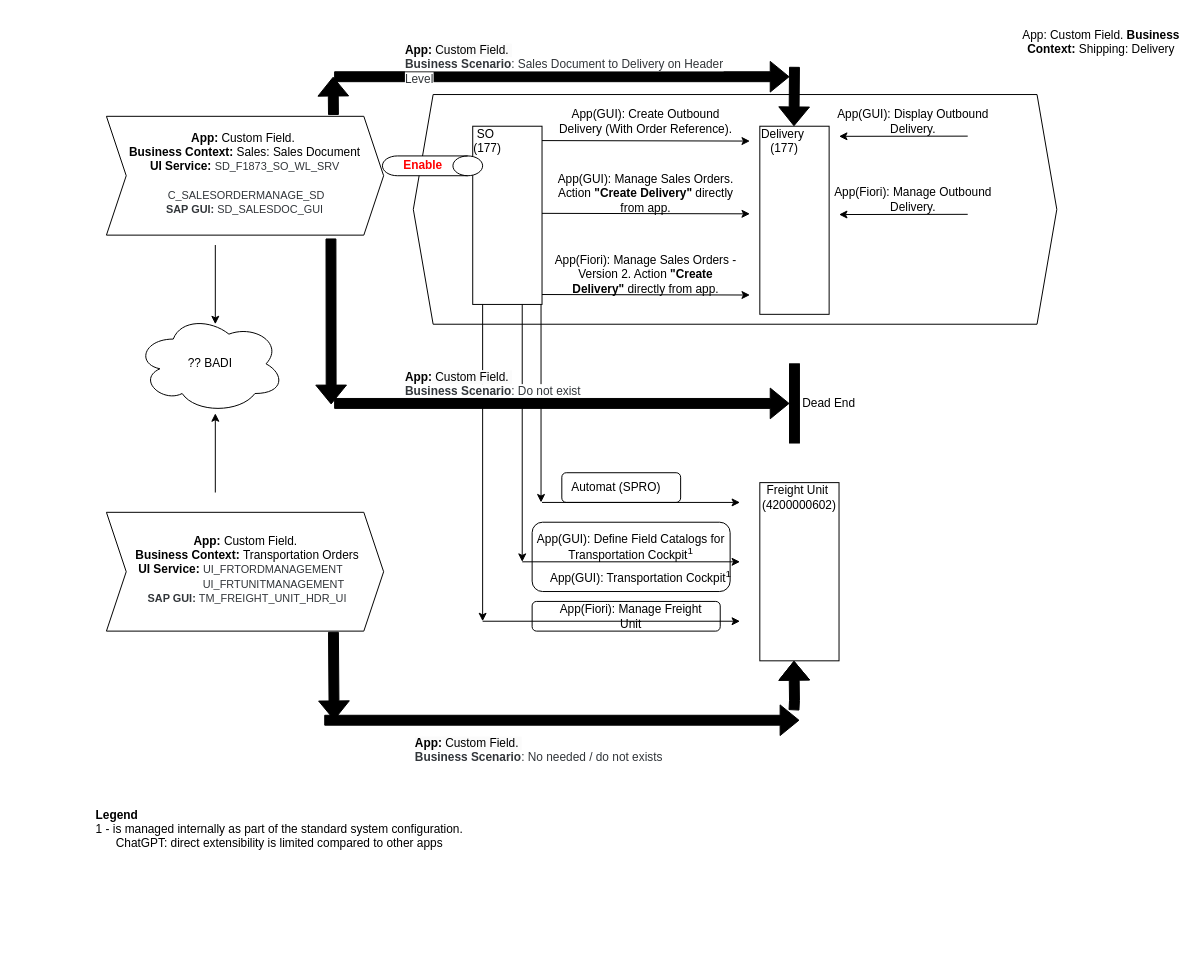
Above: Logistic&Transportation.drawio in BoroONE/DrawIO (draw.io), before the change. Source tidied: cells renumbered, new cells numbered last; positions are measured from the earlier drawing's top-left corner, leaving out a move shared by most shapes. Both pictures are drawn from the tidied source at 99%, with x=0, y=0 at pixel (76, 17).
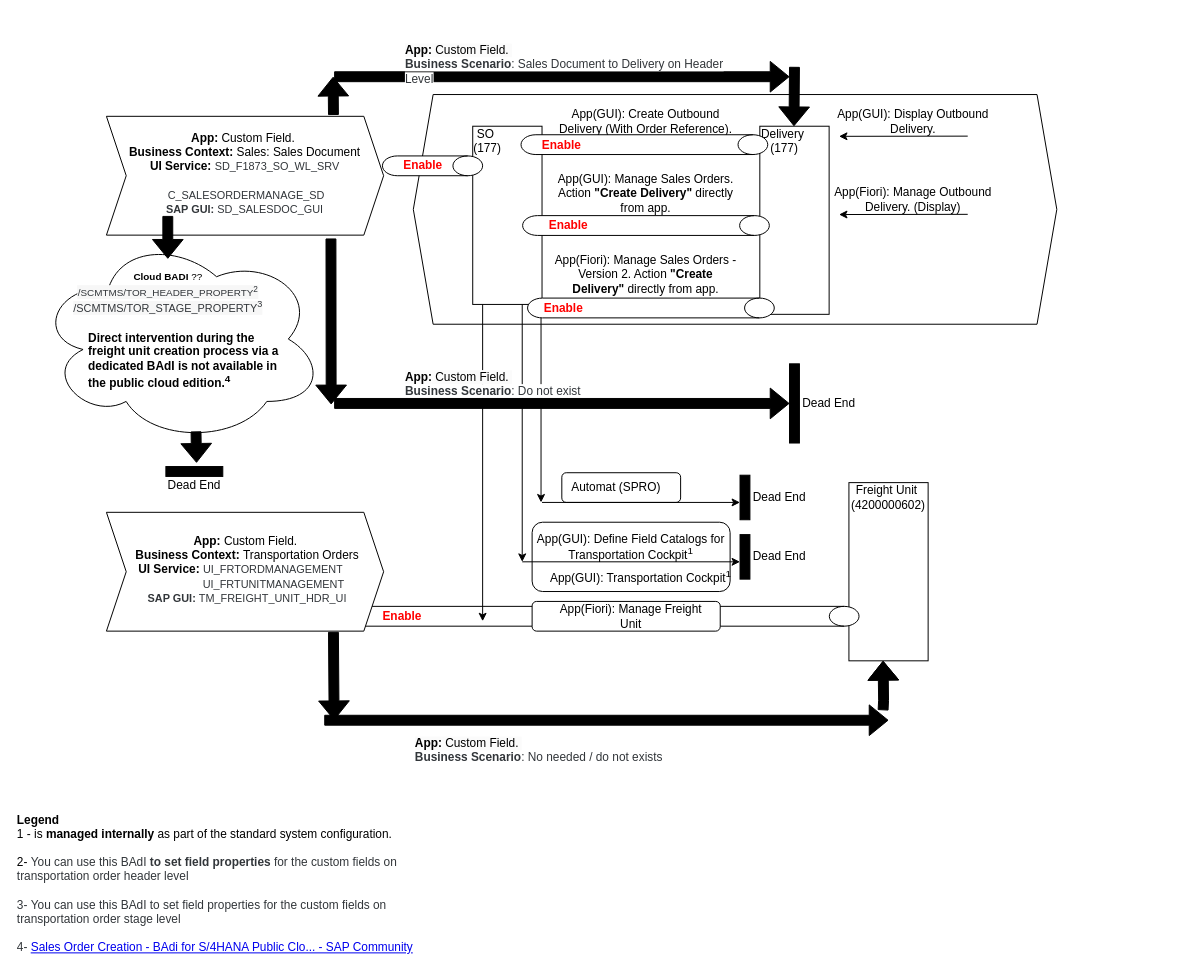
Above is the later version.

Unchanged cells that the change refers to:
```xml
<mxCell id="11" value="Delivery&amp;nbsp;&lt;div&gt;(177)&lt;/div&gt;" style="text;html=1;align=center;verticalAlign=middle;whiteSpace=wrap;rounded=0;" parent="1" vertex="1">
  <mxGeometry x="680" y="110" width="70" height="30" as="geometry" />
</mxCell>
```

Diff of the diagram source:
```diff
@@
+    <mxCell id="29" style="rounded=0;whiteSpace=wrap;html=1;" parent="1" vertex="1">
+      <mxGeometry x="780" y="470" width="80" height="180" as="geometry" />
+    </mxCell>
+    <mxCell id="58" style="shape=cylinder3;whiteSpace=wrap;html=1;boundedLbl=1;backgroundOutline=1;size=15;rotation=90;" parent="1" vertex="1">
+      <mxGeometry x="517.8" y="342.6" width="20" height="524.8" as="geometry" />
+    </mxCell>
@@
-    <mxCell id="9" style="endArrow=classic;html=1;rounded=0;entryX=0;entryY=0.5;entryDx=0;entryDy=0;" parent="1" edge="1" target="11">
-      <mxGeometry relative="1" as="geometry">
-        <mxPoint x="470" y="124.5" as="sourcePoint" />
-      </mxGeometry>
-    </mxCell>
@@
-    <mxCell id="14" style="endArrow=classic;html=1;rounded=0;entryX=0;entryY=0.5;entryDx=0;entryDy=0;" parent="1" edge="1">
-      <mxGeometry relative="1" as="geometry">
-        <mxPoint x="470" y="280" as="sourcePoint" />
-        <mxPoint x="680" y="280.5" as="targetPoint" />
-      </mxGeometry>
-    </mxCell>
@@
-    <mxCell id="18" value="App(Fiori): Manage Outbound Delivery." style="text;html=1;align=center;verticalAlign=middle;whiteSpace=wrap;rounded=0;" parent="1" vertex="1">
+    <mxCell id="18" value="App(Fiori): Manage Outbound Delivery. (Display)" style="text;html=1;align=center;verticalAlign=middle;whiteSpace=wrap;rounded=0;" parent="1" vertex="1">
       <mxGeometry x="750" y="169" width="190" height="30" as="geometry" />
     </mxCell>
@@
-    <mxCell id="20" style="endArrow=classic;html=1;rounded=0;entryX=0;entryY=0.5;entryDx=0;entryDy=0;" parent="1" edge="1">
-      <mxGeometry relative="1" as="geometry">
-        <mxPoint x="470" y="198" as="sourcePoint" />
-        <mxPoint x="680" y="198.5" as="targetPoint" />
-      </mxGeometry>
-    </mxCell>
@@
-    <mxCell id="24" value="App: Custom Field. &lt;b&gt;Business Context:&lt;/b&gt;&amp;nbsp;Shipping: Delivery" style="text;html=1;align=center;verticalAlign=middle;whiteSpace=wrap;rounded=0;" parent="1" vertex="1">
-      <mxGeometry x="950" width="170" height="50" as="geometry" />
-    </mxCell>
@@
-    <mxCell id="29" style="rounded=0;whiteSpace=wrap;html=1;" parent="1" vertex="1">
-      <mxGeometry x="690" y="470" width="80" height="180" as="geometry" />
-    </mxCell>
     <mxCell id="30" value="Freight Unit&amp;nbsp;&lt;div&gt;(4200000602)&lt;/div&gt;" style="text;html=1;align=center;verticalAlign=middle;whiteSpace=wrap;rounded=0;" parent="1" vertex="1">
-      <mxGeometry x="690" y="470" width="80" height="30" as="geometry" />
+      <mxGeometry x="780" y="470" width="80" height="30" as="geometry" />
     </mxCell>
@@
-    <mxCell id="37" value="&lt;div style=&quot;text-align: left;&quot;&gt;&lt;b style=&quot;background-color: initial;&quot;&gt;Legend&lt;/b&gt;&lt;/div&gt;&lt;div&gt;1 -&amp;nbsp;is managed internally as part of the standard system configuration.&lt;/div&gt;&lt;div&gt;ChatGPT:&amp;nbsp;direct extensibility is limited compared to other apps&lt;/div&gt;" style="text;html=1;align=center;verticalAlign=middle;whiteSpace=wrap;rounded=0;" parent="1" vertex="1">
-      <mxGeometry y="780" width="410" height="80" as="geometry" />
+    <mxCell id="37" value="&lt;div style=&quot;text-align: left;&quot;&gt;&lt;b style=&quot;background-color: initial;&quot;&gt;Legend&lt;/b&gt;&lt;/div&gt;&lt;div style=&quot;text-align: left;&quot;&gt;1 -&amp;nbsp;is &lt;b&gt;managed internally&lt;/b&gt; as part of the standard system configuration.&lt;/div&gt;&lt;div style=&quot;text-align: left;&quot;&gt;&lt;br&gt;&lt;/div&gt;&lt;div style=&quot;text-align: left;&quot;&gt;&lt;font style=&quot;font-size: 12px;&quot;&gt;2-&amp;nbsp;&lt;span style=&quot;background-color: rgb(255, 255, 255); color: rgb(50, 54, 58); font-family: &amp;quot;72&amp;quot;, &amp;quot;72full&amp;quot;, Arial, Helvetica, sans-serif;&quot;&gt;You can use this BAdI &lt;b&gt;to set field properties&lt;/b&gt; for the custom fields on transportation order header level&lt;/span&gt;&lt;/font&gt;&lt;/div&gt;&lt;div style=&quot;text-align: left;&quot;&gt;&lt;font style=&quot;font-size: 12px;&quot;&gt;&lt;span style=&quot;background-color: rgb(255, 255, 255); color: rgb(50, 54, 58); font-family: &amp;quot;72&amp;quot;, &amp;quot;72full&amp;quot;, Arial, Helvetica, sans-serif;&quot;&gt;&lt;br&gt;&lt;/span&gt;&lt;/font&gt;&lt;/div&gt;&lt;div style=&quot;text-align: left;&quot;&gt;&lt;font style=&quot;font-size: 12px;&quot;&gt;&lt;span style=&quot;background-color: rgb(255, 255, 255); color: rgb(50, 54, 58); font-family: &amp;quot;72&amp;quot;, &amp;quot;72full&amp;quot;, Arial, Helvetica, sans-serif;&quot;&gt;3-&amp;nbsp;&lt;/span&gt;&lt;/font&gt;&lt;span style=&quot;background-color: rgb(255, 255, 255); color: rgb(50, 54, 58); font-family: &amp;quot;72&amp;quot;, &amp;quot;72full&amp;quot;, Arial, Helvetica, sans-serif;&quot;&gt;&lt;font style=&quot;font-size: 12px;&quot;&gt;You can use this BAdI to set field properties for the custom fields on transportation order stage level&lt;/font&gt;&lt;/span&gt;&lt;/div&gt;&lt;div style=&quot;text-align: left;&quot;&gt;&lt;span style=&quot;background-color: rgb(255, 255, 255); color: rgb(50, 54, 58); font-family: &amp;quot;72&amp;quot;, &amp;quot;72full&amp;quot;, Arial, Helvetica, sans-serif;&quot;&gt;&lt;font style=&quot;font-size: 12px;&quot;&gt;&lt;br&gt;&lt;/font&gt;&lt;/span&gt;&lt;/div&gt;&lt;div style=&quot;text-align: left;&quot;&gt;&lt;span style=&quot;background-color: rgb(255, 255, 255); color: rgb(50, 54, 58); font-family: &amp;quot;72&amp;quot;, &amp;quot;72full&amp;quot;, Arial, Helvetica, sans-serif;&quot;&gt;&lt;font style=&quot;font-size: 12px;&quot;&gt;4-&amp;nbsp;&lt;/font&gt;&lt;/span&gt;&lt;a style=&quot;background-color: initial; text-align: center;&quot; href=&quot;https://community.sap.com/t5/application-development-discussions/sales-order-creation-badi-for-s-4hana-public-cloud/m-p/13599207&quot;&gt;Sales Order Creation - BAdi for S/4HANA Public Clo... - SAP Community&lt;/a&gt;&lt;/div&gt;" style="text;html=1;align=center;verticalAlign=middle;whiteSpace=wrap;rounded=0;" parent="1" vertex="1">
+      <mxGeometry x="-60.6" y="800" width="410" height="150" as="geometry" />
     </mxCell>
@@
-    <mxCell id="40" style="endArrow=classic;html=1;rounded=0;" parent="1" edge="1">
-      <mxGeometry relative="1" as="geometry">
-        <mxPoint x="410" y="610" as="sourcePoint" />
-        <mxPoint x="670" y="610" as="targetPoint" />
-      </mxGeometry>
-    </mxCell>
@@
     <mxCell id="43" style="shape=flexArrow;endArrow=classic;html=1;rounded=0;fillColor=#000000;" parent="1" edge="1">
       <mxGeometry relative="1" as="geometry">
         <mxPoint x="250" y="710" as="sourcePoint" />
-        <mxPoint x="730" y="710" as="targetPoint" />
+        <mxPoint x="820" y="710" as="targetPoint" />
       </mxGeometry>
     </mxCell>
     <mxCell id="44" style="shape=flexArrow;endArrow=classic;html=1;rounded=0;fillColor=#000000;" parent="1" edge="1">
       <mxGeometry relative="1" as="geometry">
-        <mxPoint x="724.5" y="700" as="sourcePoint" />
-        <mxPoint x="724.5" y="650" as="targetPoint" />
+        <mxPoint x="814.5" y="700" as="sourcePoint" />
+        <mxPoint x="814.5" y="650" as="targetPoint" />
         <Array as="points">
-          <mxPoint x="725" y="690" />
+          <mxPoint x="815" y="690" />
         </Array>
       </mxGeometry>
     </mxCell>
@@
     <mxCell id="54" style="ellipse;shape=cloud;whiteSpace=wrap;html=1;" parent="1" vertex="1">
-      <mxGeometry x="60" y="300" width="150" height="100" as="geometry" />
+      <mxGeometry x="-40" y="220" width="290" height="210" as="geometry" />
     </mxCell>
-    <mxCell id="55" style="endArrow=classic;html=1;rounded=0;" parent="1" edge="1">
-      <mxGeometry relative="1" as="geometry">
-        <mxPoint x="140" y="230" as="sourcePoint" />
-        <mxPoint x="140" y="310" as="targetPoint" />
-      </mxGeometry>
-    </mxCell>
-    <mxCell id="56" style="endArrow=classic;html=1;rounded=0;" parent="1" edge="1">
-      <mxGeometry relative="1" as="geometry">
-        <mxPoint x="140" y="480" as="sourcePoint" />
-        <mxPoint x="140" y="400" as="targetPoint" />
-      </mxGeometry>
-    </mxCell>
-    <mxCell id="57" value="?? BADI" style="text;html=1;align=center;verticalAlign=middle;whiteSpace=wrap;rounded=0;" parent="1" vertex="1">
-      <mxGeometry x="105" y="335" width="60" height="30" as="geometry" />
+    <mxCell id="57" value="&lt;font style=&quot;font-size: 10px;&quot;&gt;&amp;nbsp;&lt;b style=&quot;&quot;&gt;Cloud BADI&lt;/b&gt; ??&lt;font style=&quot;&quot;&gt;&amp;nbsp;&lt;/font&gt;&lt;/font&gt;&lt;div&gt;&lt;span style=&quot;color: rgb(50, 54, 58); font-family: &amp;quot;72&amp;quot;, &amp;quot;72full&amp;quot;, Arial, Helvetica, sans-serif; text-align: left; white-space-collapse: preserve-breaks; background-color: rgb(247, 247, 247);&quot;&gt;&lt;font style=&quot;font-size: 10px;&quot;&gt;/SCMTMS/TOR_HEADER_PROPERTY&lt;sup style=&quot;&quot;&gt;2&lt;/sup&gt;&lt;/font&gt;&lt;/span&gt;&lt;/div&gt;&lt;div&gt;&lt;span style=&quot;color: rgb(50, 54, 58); font-family: &amp;quot;72&amp;quot;, &amp;quot;72full&amp;quot;, Arial, Helvetica, sans-serif; text-align: left; white-space-collapse: preserve-breaks; background-color: rgb(247, 247, 247);&quot;&gt;&lt;font style=&quot;font-size: 11px;&quot;&gt;/SCMTMS/TOR_STAGE_PROPERTY&lt;sup&gt;3&lt;/sup&gt;&lt;/font&gt;&lt;/span&gt;&lt;span style=&quot;color: rgb(50, 54, 58); font-family: &amp;quot;72&amp;quot;, &amp;quot;72full&amp;quot;, Arial, Helvetica, sans-serif; text-align: left; white-space-collapse: preserve-breaks; background-color: rgb(247, 247, 247);&quot;&gt;&lt;font style=&quot;font-size: 10px;&quot;&gt;&lt;sup style=&quot;&quot;&gt;&lt;/sup&gt;&lt;/font&gt;&lt;/span&gt;&lt;/div&gt;" style="text;html=1;align=center;verticalAlign=middle;whiteSpace=wrap;rounded=0;" parent="1" vertex="1">
+      <mxGeometry x="-20" y="240" width="225" height="75" as="geometry" />
     </mxCell>
+    <mxCell id="59" style="shape=flexArrow;endArrow=classic;html=1;rounded=0;fillColor=#000000;" parent="1" edge="1" source="60">
+      <mxGeometry relative="1" as="geometry">
+        <mxPoint x="670" y="475" as="targetPoint" />
+      </mxGeometry>
+    </mxCell>
+    <mxCell id="60" style="rounded=0;whiteSpace=wrap;html=1;fillColor=#000000;" parent="1" vertex="1">
+      <mxGeometry x="670" y="462.5" width="10" height="45" as="geometry" />
+    </mxCell>
+    <mxCell id="61" value="Dead End" style="text;html=1;align=center;verticalAlign=middle;whiteSpace=wrap;rounded=0;" parent="1" vertex="1">
+      <mxGeometry x="670" y="470" width="80" height="30" as="geometry" />
+    </mxCell>
+    <mxCell id="62" style="shape=flexArrow;endArrow=classic;html=1;rounded=0;fillColor=#000000;" parent="1" edge="1" source="63">
+      <mxGeometry relative="1" as="geometry">
+        <mxPoint x="670" y="535" as="targetPoint" />
+      </mxGeometry>
+    </mxCell>
+    <mxCell id="63" style="rounded=0;whiteSpace=wrap;html=1;fillColor=#000000;" parent="1" vertex="1">
+      <mxGeometry x="670" y="522.5" width="10" height="45" as="geometry" />
+    </mxCell>
+    <mxCell id="64" value="Dead End" style="text;html=1;align=center;verticalAlign=middle;whiteSpace=wrap;rounded=0;" parent="1" vertex="1">
+      <mxGeometry x="670" y="530" width="80" height="30" as="geometry" />
+    </mxCell>
+    <mxCell id="65" style="shape=cylinder3;whiteSpace=wrap;html=1;boundedLbl=1;backgroundOutline=1;size=15;rotation=90;" parent="1" vertex="1">
+      <mxGeometry x="563.4" y="4" width="20" height="249.2" as="geometry" />
+    </mxCell>
+    <mxCell id="66" value="&lt;font color=&quot;#ff0000&quot;&gt;&lt;b&gt;Enable&lt;/b&gt;&lt;/font&gt;" style="text;html=1;align=center;verticalAlign=middle;whiteSpace=wrap;rounded=0;" parent="1" vertex="1">
+      <mxGeometry x="450" y="118.6" width="80" height="20" as="geometry" />
+    </mxCell>
+    <mxCell id="67" style="shape=cylinder3;whiteSpace=wrap;html=1;boundedLbl=1;backgroundOutline=1;size=15;rotation=90;" parent="1" vertex="1">
+      <mxGeometry x="565" y="85.7" width="20" height="249.2" as="geometry" />
+    </mxCell>
+    <mxCell id="68" value="&lt;font color=&quot;#ff0000&quot;&gt;&lt;b&gt;Enable&lt;/b&gt;&lt;/font&gt;" style="text;html=1;align=center;verticalAlign=middle;whiteSpace=wrap;rounded=0;" parent="1" vertex="1">
+      <mxGeometry x="456.6" y="200.4" width="80" height="20" as="geometry" />
+    </mxCell>
+    <mxCell id="69" style="shape=cylinder3;whiteSpace=wrap;html=1;boundedLbl=1;backgroundOutline=1;size=15;rotation=90;" parent="1" vertex="1">
+      <mxGeometry x="570" y="169" width="20" height="249.2" as="geometry" />
+    </mxCell>
+    <mxCell id="70" value="&lt;font color=&quot;#ff0000&quot;&gt;&lt;b&gt;Enable&lt;/b&gt;&lt;/font&gt;" style="text;html=1;align=center;verticalAlign=middle;whiteSpace=wrap;rounded=0;" parent="1" vertex="1">
+      <mxGeometry x="451.6" y="283.6" width="80" height="20" as="geometry" />
+    </mxCell>
+    <mxCell id="71" value="&lt;font color=&quot;#ff0000&quot;&gt;&lt;b&gt;Enable&lt;/b&gt;&lt;/font&gt;" style="text;html=1;align=center;verticalAlign=middle;whiteSpace=wrap;rounded=0;" parent="1" vertex="1">
+      <mxGeometry x="289.4" y="595" width="80" height="20" as="geometry" />
+    </mxCell>
+    <mxCell id="72" value="&lt;b&gt;Direct intervention during the freight unit creation process via a dedicated BAdI is not available in the public cloud edition.&lt;sup&gt;4&lt;/sup&gt;&lt;/b&gt;" style="text;whiteSpace=wrap;html=1;" parent="1" vertex="1">
+      <mxGeometry x="10" y="310" width="205" height="70" as="geometry" />
+    </mxCell>
+    <mxCell id="73" value="Dead End" style="text;html=1;align=center;verticalAlign=middle;whiteSpace=wrap;rounded=0;" parent="1" vertex="1">
+      <mxGeometry x="78.8" y="457.5" width="80" height="30" as="geometry" />
+    </mxCell>
+    <mxCell id="74" style="shape=flexArrow;endArrow=classic;html=1;rounded=0;fillColor=#000000;" parent="1" edge="1">
+      <mxGeometry relative="1" as="geometry">
+        <mxPoint x="120.5" y="418.2" as="sourcePoint" />
+        <mxPoint x="121" y="450" as="targetPoint" />
+      </mxGeometry>
+    </mxCell>
+    <mxCell id="75" style="rounded=0;whiteSpace=wrap;html=1;fillColor=#000000;rotation=90;" parent="1" vertex="1">
+      <mxGeometry x="113.8" y="430" width="10" height="57.5" as="geometry" />
+    </mxCell>
+    <mxCell id="76" style="shape=flexArrow;endArrow=classic;html=1;rounded=0;fillColor=#000000;" parent="1" edge="1">
+      <mxGeometry relative="1" as="geometry">
+        <mxPoint x="92" y="200.6" as="sourcePoint" />
+        <mxPoint x="92" y="243.9" as="targetPoint" />
+      </mxGeometry>
+    </mxCell>
```
